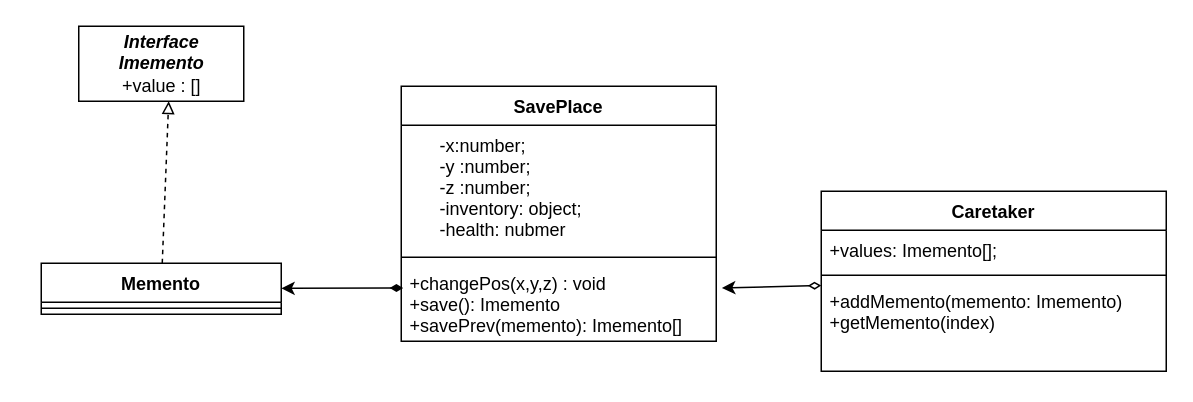
Earlier version of the draw.io diagram Behaviour/Memento/memento.drawio (danil-jpg/MyPatterns). Source tidied: cells renumbered, new cells numbered last; positions are measured from the earlier drawing's top-left corner, leaving out a move shared by most shapes. Both pictures are drawn from the tidied source at 150%, with x=0, y=0 at pixel (40, 26).
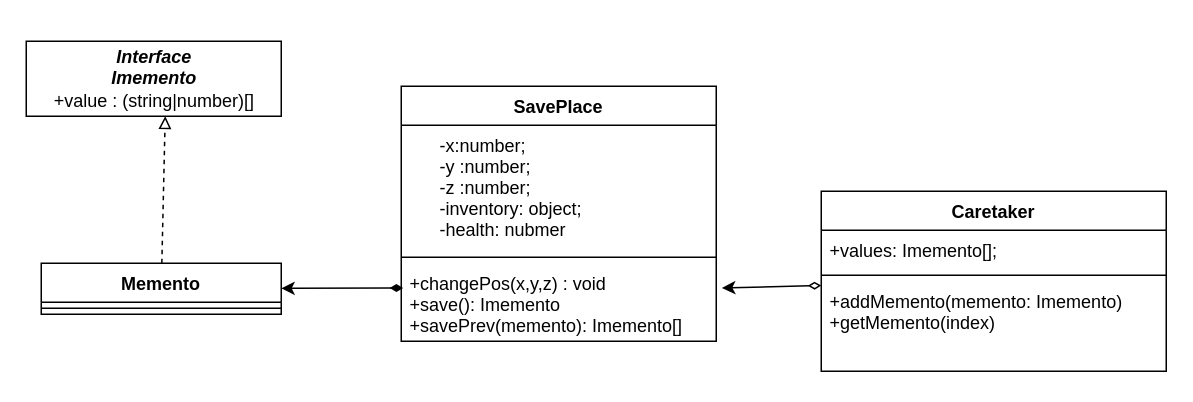
After the change.

The edit, as a diff of the source:
```diff
@@
 <mxGraphModel>
   <root>
     <mxCell id="0" />
     <mxCell id="1" parent="0" />
     <mxCell id="2" style="edgeStyle=none;html=1;endArrow=classic;endFill=1;startArrow=diamondThin;startFill=1;exitX=0.006;exitY=0.317;exitDx=0;exitDy=0;exitPerimeter=0;" parent="1" edge="1" source="6" target="14">
       <mxGeometry relative="1" as="geometry" />
     </mxCell>
     <mxCell id="3" value="SavePlace" style="swimlane;fontStyle=1;align=center;verticalAlign=top;horizontal=1;startSize=26;" parent="1" vertex="1">
       <mxGeometry x="240" y="40" width="210" height="170" as="geometry" />
     </mxCell>
     <mxCell id="4" value="      -x:number;&#10;      -y :number;&#10;      -z :number;&#10;      -inventory: object;&#10;      -health: nubmer&#10;" style="text;strokeColor=none;fillColor=none;align=left;verticalAlign=top;spacingLeft=4;spacingRight=4;overflow=hidden;" parent="3" vertex="1">
       <mxGeometry y="26" width="210" height="84" as="geometry" />
     </mxCell>
     <mxCell id="5" style="line;strokeWidth=1;fillColor=none;align=left;verticalAlign=middle;spacingTop=-1;spacingLeft=3;spacingRight=3;labelPosition=right;" parent="3" vertex="1">
       <mxGeometry y="110" width="210" height="8" as="geometry" />
     </mxCell>
     <mxCell id="6" value="+changePos(x,y,z) : void&#10;+save(): Imemento&#10;+savePrev(memento): Imemento[]" style="text;strokeColor=none;fillColor=none;align=left;verticalAlign=top;spacingLeft=4;spacingRight=4;overflow=hidden;points=[[0,0.5],[1,0.5]];portConstraint=eastwest;" parent="3" vertex="1">
       <mxGeometry y="118" width="210" height="52" as="geometry" />
     </mxCell>
-    <mxCell id="7" value="&lt;i&gt;&lt;b&gt;Interface&lt;br&gt;Imemento&lt;/b&gt;&lt;/i&gt;&lt;br&gt;+value : []" style="html=1;" parent="1" vertex="1">
-      <mxGeometry x="25" width="110" height="50" as="geometry" />
+    <mxCell id="7" value="&lt;i&gt;&lt;b&gt;Interface&lt;br&gt;Imemento&lt;/b&gt;&lt;/i&gt;&lt;br&gt;+value :&amp;nbsp;&lt;span style=&quot;background-color: transparent; color: var(--vscode-textPreformat-foreground); font-family: inherit; font-size: var(--_pr-code-fs); font-style: inherit; font-variant-ligatures: inherit; font-variant-caps: inherit; font-weight: inherit; text-align: left;&quot;&gt;(string|number)[]&lt;/span&gt;" style="html=1;" parent="1" vertex="1">
+      <mxGeometry x="-10" y="10" width="170" height="50" as="geometry" />
     </mxCell>
     <mxCell id="8" style="edgeStyle=none;html=1;startArrow=diamondThin;startFill=0;endArrow=classic;endFill=1;entryX=1.018;entryY=0.317;entryDx=0;entryDy=0;entryPerimeter=0;" parent="1" edge="1" source="9" target="6">
       <mxGeometry relative="1" as="geometry" />
     </mxCell>
     <mxCell id="9" value="Caretaker" style="swimlane;fontStyle=1;align=center;verticalAlign=top;horizontal=1;startSize=26;" parent="1" vertex="1">
       <mxGeometry x="520" y="110" width="230" height="120" as="geometry" />
     </mxCell>
     <mxCell id="10" value="+values: Imemento[];" style="text;strokeColor=none;fillColor=none;align=left;verticalAlign=top;spacingLeft=4;spacingRight=4;overflow=hidden;" parent="9" vertex="1">
       <mxGeometry y="26" width="230" height="26" as="geometry" />
     </mxCell>
     <mxCell id="11" style="line;strokeWidth=1;fillColor=none;align=left;verticalAlign=middle;spacingTop=-1;spacingLeft=3;spacingRight=3;labelPosition=right;" parent="9" vertex="1">
       <mxGeometry y="52" width="230" height="8" as="geometry" />
     </mxCell>
     <mxCell id="12" value="+addMemento(memento: Imemento)&#10;+getMemento(index)" style="text;strokeColor=none;fillColor=none;align=left;verticalAlign=top;spacingLeft=4;spacingRight=4;overflow=hidden;" parent="9" vertex="1">
       <mxGeometry y="60" width="230" height="60" as="geometry" />
     </mxCell>
     <mxCell id="13" style="edgeStyle=none;html=1;entryX=0.545;entryY=1;entryDx=0;entryDy=0;entryPerimeter=0;endArrow=block;endFill=0;dashed=1;" parent="1" edge="1" source="14" target="7">
       <mxGeometry relative="1" as="geometry" />
     </mxCell>
     <mxCell id="14" value="Memento" style="swimlane;fontStyle=1;align=center;verticalAlign=top;horizontal=1;startSize=26;" parent="1" vertex="1">
       <mxGeometry y="158" width="160" height="34" as="geometry" />
     </mxCell>
     <mxCell id="15" style="line;strokeWidth=1;fillColor=none;align=left;verticalAlign=middle;spacingTop=-1;spacingLeft=3;spacingRight=3;labelPosition=right;" parent="14" vertex="1">
       <mxGeometry y="26" width="160" height="8" as="geometry" />
     </mxCell>
   </root>
 </mxGraphModel>
```
